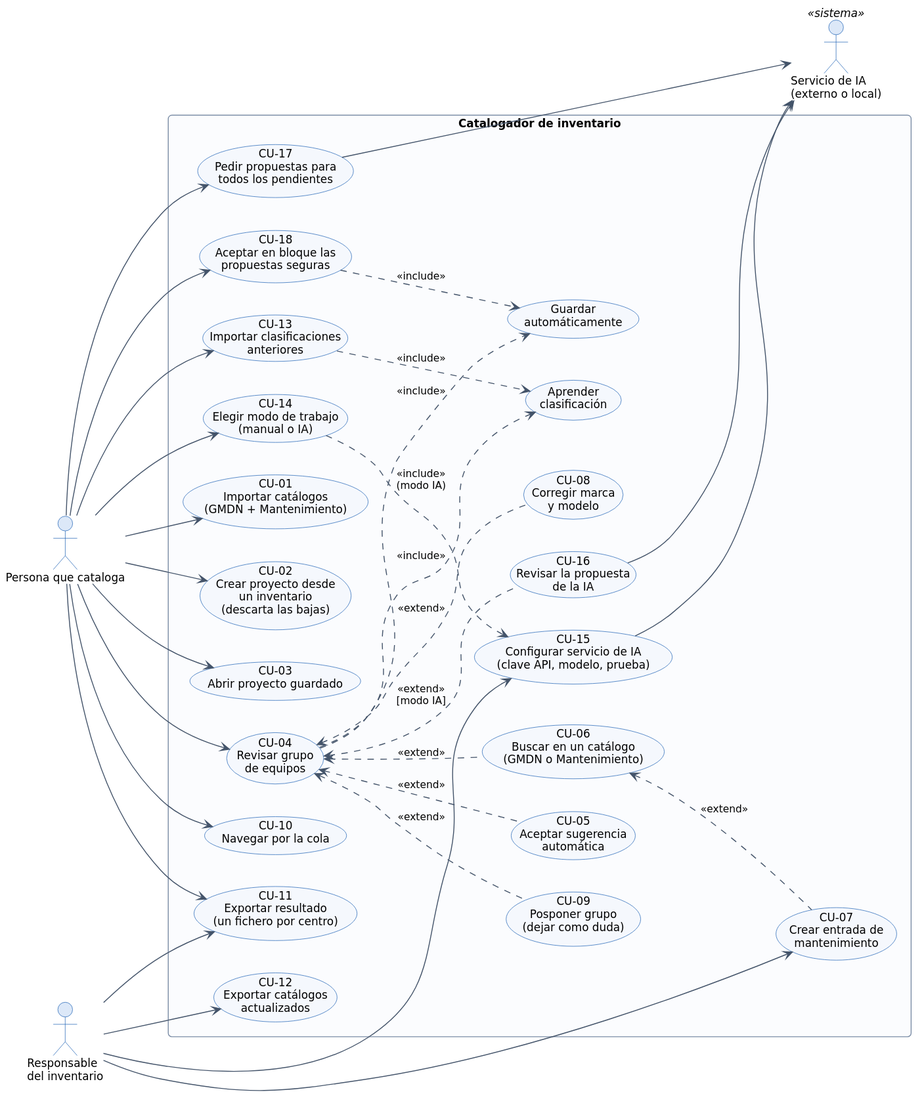
JuanAnanin/catalogador-inventario keeps this PlantUML diagram as documentacion/diagramas-uml/d01_casos_uso.svg. Above is the earlier version.
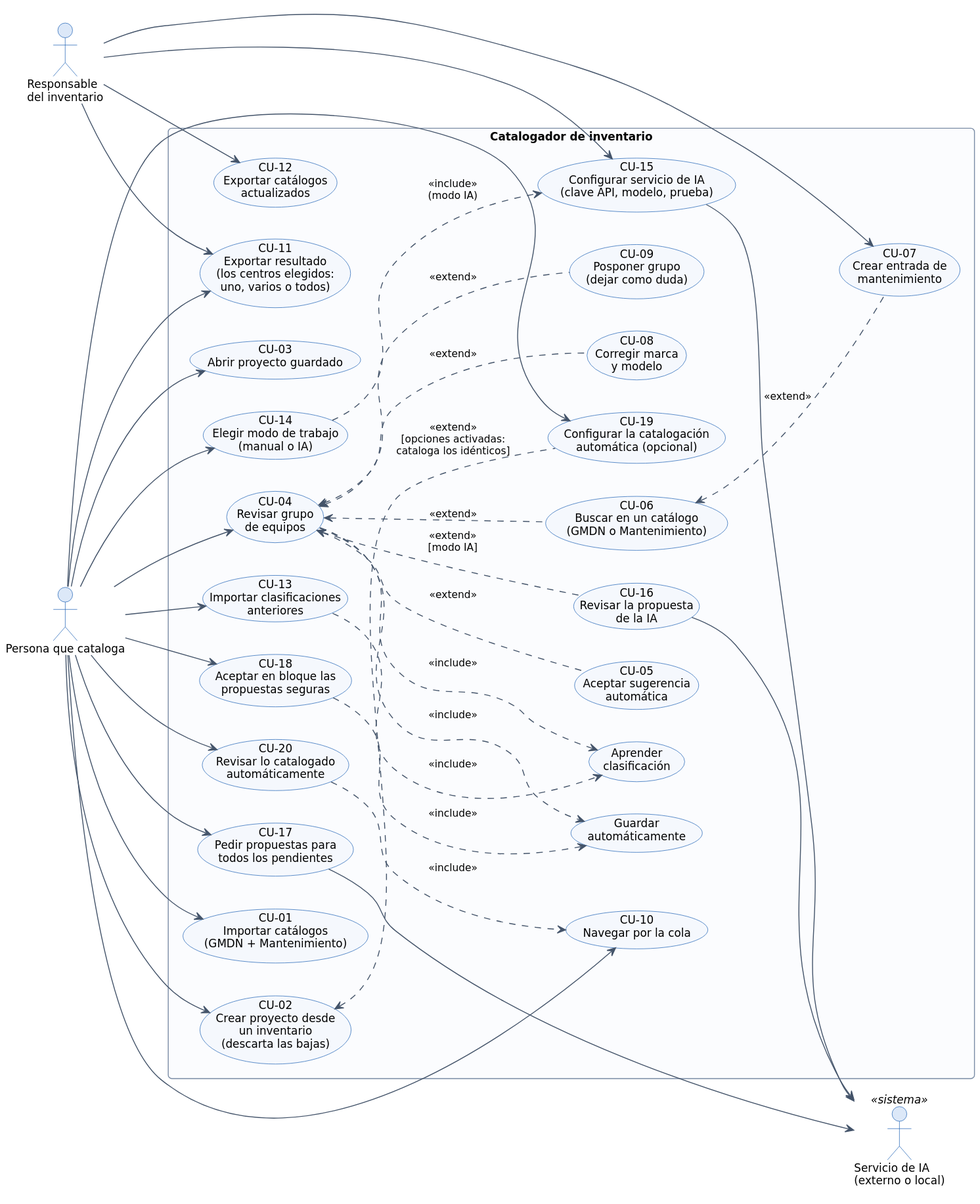
The same diagram one commit later.

The edit, as a diff of the source:
```diff
@@ -16,7 +16,7 @@
   usecase "CU-08\nCorregir marca\ny modelo" as CU08
   usecase "CU-09\nPosponer grupo\n(dejar como duda)" as CU09
   usecase "CU-10\nNavegar por la cola" as CU10
-  usecase "CU-11\nExportar resultado\n(un fichero por centro)" as CU11
+  usecase "CU-11\nExportar resultado\n(los centros elegidos:\nuno, varios o todos)" as CU11
   usecase "CU-12\nExportar catálogos\nactualizados" as CU12
   usecase "CU-13\nImportar clasificaciones\nanteriores" as CU13
   usecase "CU-14\nElegir modo de trabajo\n(manual o IA)" as CU14
@@ -24,6 +24,8 @@
   usecase "CU-16\nRevisar la propuesta\nde la IA" as CU16
   usecase "CU-17\nPedir propuestas para\ntodos los pendientes" as CU17
   usecase "CU-18\nAceptar en bloque las\npropuestas seguras" as CU18
+  usecase "CU-19\nConfigurar la catalogación\nautomática (opcional)" as CU19
+  usecase "CU-20\nRevisar lo catalogado\nautomáticamente" as CU20
   usecase "Guardar\nautomáticamente" as GA
   usecase "Aprender\nclasificación" as AP
 }
@@ -37,6 +39,8 @@
 U --> CU11
 U --> CU17
 U --> CU18
+U --> CU19
+U --> CU20
 R --> CU07
 R --> CU12
 R --> CU11
@@ -52,6 +56,8 @@
 CU04 ..> GA : <<include>>
 CU13 ..> AP : <<include>>
 CU18 ..> GA : <<include>>
+CU02 <.. CU19 : <<extend>>\n[opciones activadas:\ncataloga los idénticos]
+CU20 ..> CU10 : <<include>>
 CU16 --> IA
 CU17 --> IA
 CU15 --> IA
```
